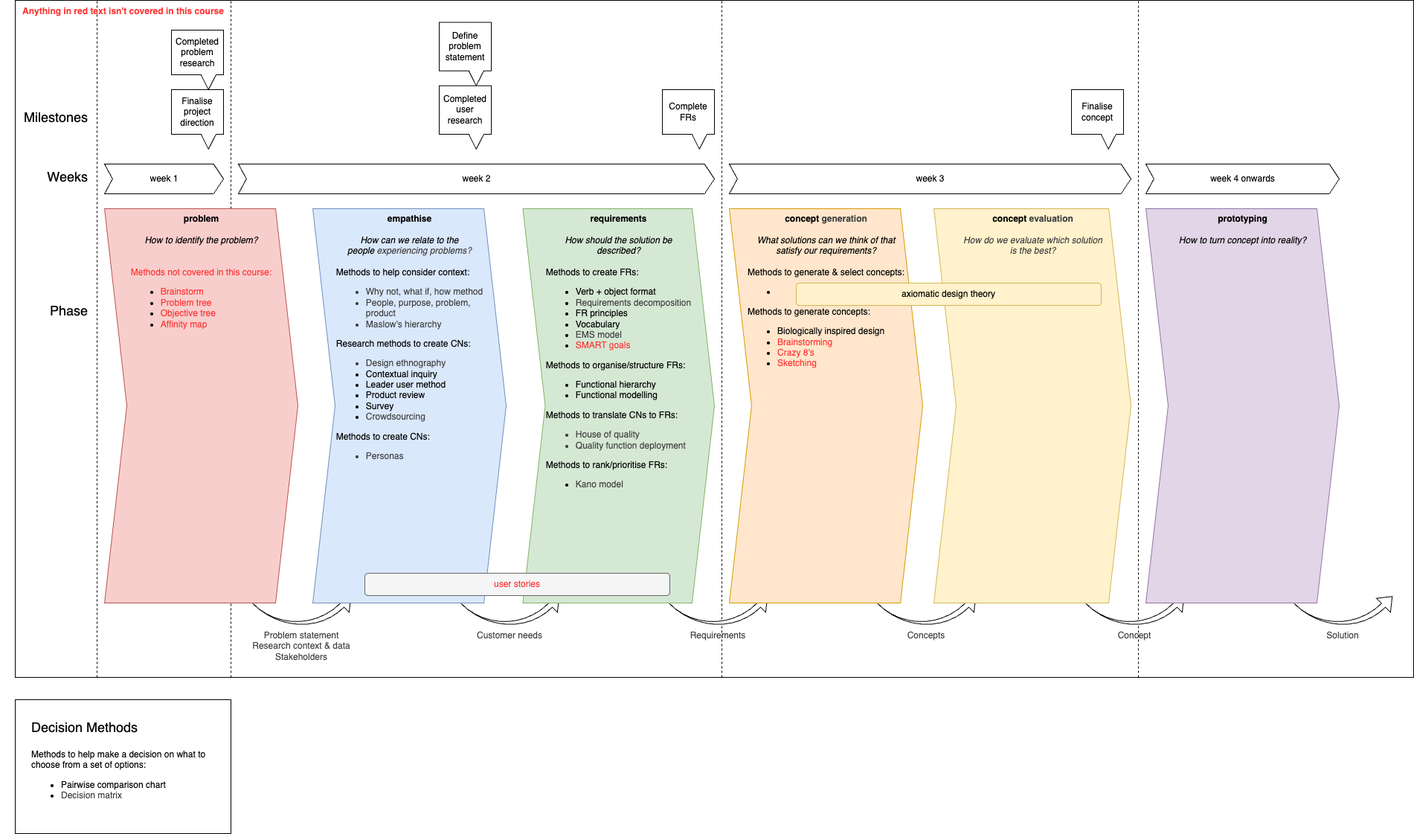
dennuguyen/desn2000-cheat-sheet keeps this draw.io diagram as cheat-sheet.drawio.png. Above is the earlier version. Source tidied: cells renumbered, new cells last; positions are measured from the earlier drawing's top-left corner, leaving out a move shared by most shapes.
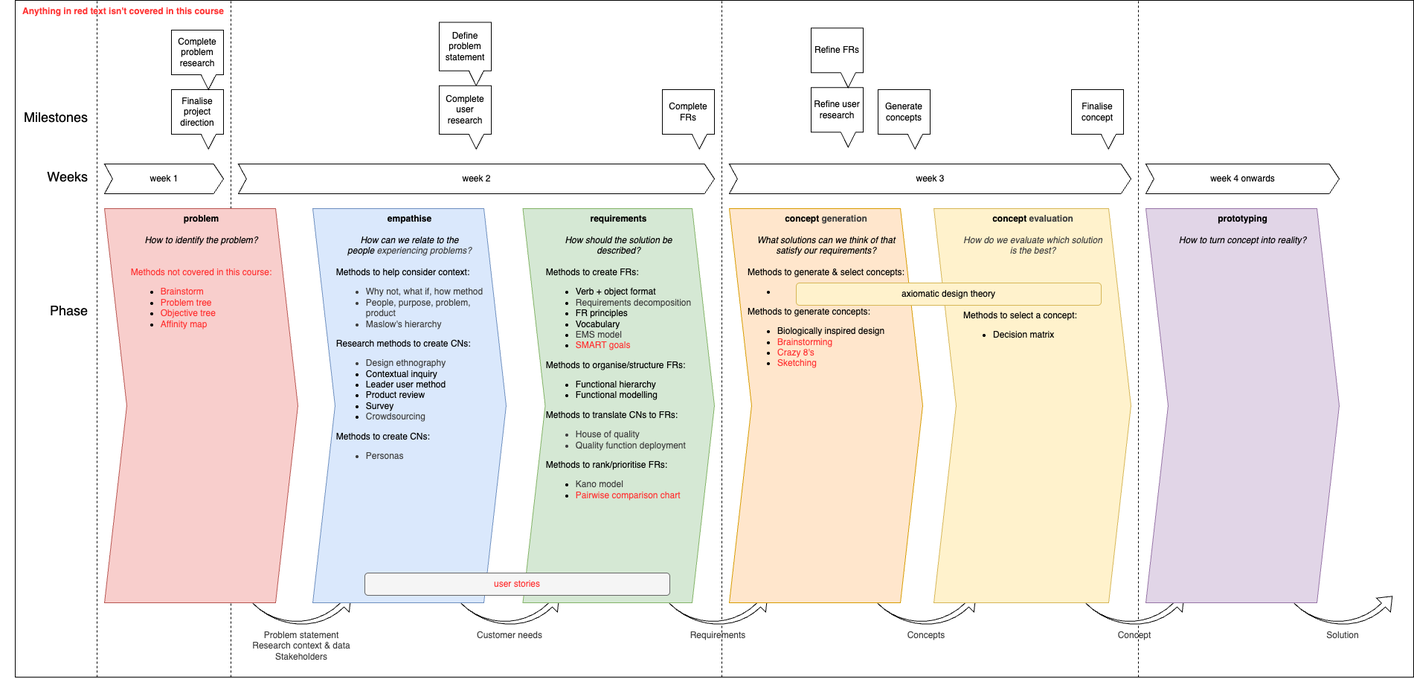
The same diagram one commit later.

Commit message:
Add decision methods to cheat sheet timeline

The edit, as a diff of the source:
```diff
@@ -116,25 +116,13 @@
     <mxCell id="35" value="&lt;span style=&quot;color: rgb(63, 63, 63); background-color: transparent;&quot;&gt;Solution&lt;/span&gt;" style="text;html=1;align=center;verticalAlign=top;whiteSpace=wrap;rounded=0;" parent="33" vertex="1">
       <mxGeometry y="100" width="170" height="70.7" as="geometry" />
     </mxCell>
-    <mxCell id="36" value="Completed problem research" style="shape=callout;whiteSpace=wrap;html=1;perimeter=calloutPerimeter;position2=0.71;size=20;position=0.57;rotation=0;base=20;" parent="1" vertex="1">
+    <mxCell id="36" value="Complete problem research" style="shape=callout;whiteSpace=wrap;html=1;perimeter=calloutPerimeter;position2=0.71;size=20;position=0.57;rotation=0;base=20;" parent="1" vertex="1">
       <mxGeometry x="230" y="40" width="70" height="80" as="geometry" />
     </mxCell>
-    <mxCell id="37" style="group;" parent="1" vertex="1">
-      <mxGeometry x="20" y="940" width="290" height="180" as="geometry" />
-    </mxCell>
-    <mxCell id="38" style="rounded=0;whiteSpace=wrap;html=1;fillColor=none;" parent="37" vertex="1">
-      <mxGeometry width="290" height="180" as="geometry" />
-    </mxCell>
-    <mxCell id="39" value="&lt;div&gt;Methods to help make a decision on what to choose from a set of options:&lt;/div&gt;&lt;ul&gt;&lt;li&gt;Pairwise comparison chart&lt;/li&gt;&lt;li&gt;&lt;span style=&quot;color: rgb(63, 63, 63); background-color: transparent;&quot;&gt;Decision matrix&lt;/span&gt;&lt;/li&gt;&lt;/ul&gt;" style="text;html=1;align=left;verticalAlign=top;whiteSpace=wrap;rounded=0;" parent="37" vertex="1">
-      <mxGeometry x="20" y="60" width="240" height="120" as="geometry" />
-    </mxCell>
-    <mxCell id="40" value="Decision Methods" style="text;html=1;align=left;verticalAlign=top;whiteSpace=wrap;rounded=0;fontStyle=0;fontSize=18;" parent="37" vertex="1">
-      <mxGeometry x="20" y="20" width="170" height="40" as="geometry" />
-    </mxCell>
     <mxCell id="41" value="Define problem statement" style="shape=callout;whiteSpace=wrap;html=1;perimeter=calloutPerimeter;position2=0.71;size=20;position=0.57;rotation=0;base=20;" parent="1" vertex="1">
       <mxGeometry x="590" y="29.5" width="70" height="85.3" as="geometry" />
     </mxCell>
-    <mxCell id="42" value="Completed user research" style="shape=callout;whiteSpace=wrap;html=1;perimeter=calloutPerimeter;position2=0.71;size=20;position=0.57;rotation=0;base=20;" parent="1" vertex="1">
+    <mxCell id="42" value="Complete&lt;div&gt;user research&lt;/div&gt;" style="shape=callout;whiteSpace=wrap;html=1;perimeter=calloutPerimeter;position2=0.71;size=20;position=0.57;rotation=0;base=20;" parent="1" vertex="1">
       <mxGeometry x="590" y="114.7" width="70" height="85.3" as="geometry" />
     </mxCell>
     <mxCell id="43" value="&lt;b&gt;problem&lt;/b&gt;&lt;div&gt;&lt;br&gt;&lt;/div&gt;&lt;div&gt;&lt;i&gt;How to identify the problem?&lt;/i&gt;&lt;/div&gt;&lt;div style=&quot;text-align: left;&quot;&gt;&lt;br&gt;&lt;/div&gt;&lt;div style=&quot;text-align: left;&quot;&gt;&lt;br&gt;&lt;/div&gt;&lt;div&gt;&lt;div style=&quot;text-align: left;&quot;&gt;&lt;font style=&quot;color: rgb(255, 51, 51);&quot;&gt;Methods not covered in this course:&lt;/font&gt;&lt;/div&gt;&lt;/div&gt;&lt;div style=&quot;&quot;&gt;&lt;ul&gt;&lt;li style=&quot;text-align: left;&quot;&gt;&lt;font style=&quot;color: rgb(255, 51, 51);&quot;&gt;Brainstorm&lt;/font&gt;&lt;/li&gt;&lt;li style=&quot;text-align: left;&quot;&gt;&lt;font style=&quot;color: rgb(255, 51, 51);&quot;&gt;Problem tree&lt;br&gt;&lt;/font&gt;&lt;/li&gt;&lt;li style=&quot;text-align: left;&quot;&gt;&lt;font style=&quot;color: rgb(255, 51, 51);&quot;&gt;Objective tree&lt;/font&gt;&lt;/li&gt;&lt;li style=&quot;text-align: left;&quot;&gt;&lt;font style=&quot;color: rgb(255, 51, 51);&quot;&gt;Affinity map&lt;/font&gt;&lt;/li&gt;&lt;/ul&gt;&lt;/div&gt;" style="html=1;shadow=0;dashed=0;align=center;verticalAlign=top;shape=mxgraph.arrows2.arrow;dy=0;dx=30;notch=30;rotation=0;fillColor=#f8cecc;strokeColor=#b85450;" parent="1" vertex="1">
@@ -143,13 +131,13 @@
     <mxCell id="44" value="&lt;b&gt;empathise&lt;/b&gt;&lt;div&gt;&lt;br&gt;&lt;/div&gt;&lt;div&gt;&lt;i&gt;How can we relate to the&lt;/i&gt;&lt;/div&gt;&lt;div&gt;&lt;i&gt;people&amp;nbsp;&lt;span style=&quot;color: rgb(63, 63, 63); background-color: transparent;&quot;&gt;experiencing problems?&lt;/span&gt;&lt;/i&gt;&lt;/div&gt;&lt;div&gt;&lt;br&gt;&lt;/div&gt;&lt;div style=&quot;text-align: left;&quot;&gt;Methods to help consider context:&lt;/div&gt;&lt;div style=&quot;text-align: left;&quot;&gt;&lt;ul style=&quot;color: rgb(63, 63, 63); scrollbar-color: rgb(226, 226, 226) rgb(251, 251, 251); text-align: center;&quot;&gt;&lt;li style=&quot;scrollbar-color: rgb(226, 226, 226) rgb(251, 251, 251); text-align: left; color: rgb(63, 63, 63);&quot;&gt;Why not, what if, how method&lt;/li&gt;&lt;li style=&quot;scrollbar-color: rgb(226, 226, 226) rgb(251, 251, 251); text-align: left; color: rgb(63, 63, 63);&quot;&gt;People, purpose, problem,&lt;br&gt;product&lt;/li&gt;&lt;li style=&quot;color: rgb(63, 63, 63); scrollbar-color: rgb(226, 226, 226) rgb(251, 251, 251); text-align: left;&quot;&gt;Maslow's hierarchy&lt;/li&gt;&lt;/ul&gt;&lt;/div&gt;&lt;div style=&quot;text-align: left;&quot;&gt;Research methods to create CNs:&lt;/div&gt;&lt;div&gt;&lt;ul&gt;&lt;li style=&quot;color: rgb(63, 63, 63); scrollbar-color: rgb(226, 226, 226) rgb(251, 251, 251); text-align: left;&quot;&gt;&lt;span style=&quot;color: rgb(63, 63, 63); background-color: transparent;&quot;&gt;Design ethnography&lt;/span&gt;&lt;/li&gt;&lt;li style=&quot;text-align: left;&quot;&gt;Contextual inquiry&lt;/li&gt;&lt;li style=&quot;text-align: left;&quot;&gt;Leader user method&lt;/li&gt;&lt;li style=&quot;text-align: left;&quot;&gt;Product review&lt;/li&gt;&lt;li style=&quot;text-align: left;&quot;&gt;Survey&lt;/li&gt;&lt;li style=&quot;text-align: left;&quot;&gt;&lt;span style=&quot;color: rgb(63, 63, 63); background-color: transparent;&quot;&gt;Crowdsourcing&lt;/span&gt;&lt;/li&gt;&lt;/ul&gt;&lt;div style=&quot;text-align: left;&quot;&gt;Methods to create CNs:&lt;/div&gt;&lt;div style=&quot;text-align: left;&quot;&gt;&lt;ul&gt;&lt;li style=&quot;color: rgb(63, 63, 63); scrollbar-color: rgb(226, 226, 226) rgb(251, 251, 251); text-align: left;&quot;&gt;&lt;span style=&quot;scrollbar-color: rgb(226, 226, 226) rgb(251, 251, 251); background-color: transparent; color: rgb(63, 63, 63);&quot;&gt;Personas&lt;/span&gt;&lt;/li&gt;&lt;/ul&gt;&lt;/div&gt;&lt;/div&gt;" style="html=1;shadow=0;dashed=0;align=center;verticalAlign=top;shape=mxgraph.arrows2.arrow;dy=0;dx=30;notch=30;rotation=0;fillColor=#dae8fc;strokeColor=#6c8ebf;" parent="1" vertex="1">
       <mxGeometry x="420" y="280" width="260" height="530" as="geometry" />
     </mxCell>
-    <mxCell id="45" value="&lt;b&gt;requirements&lt;/b&gt;&lt;div&gt;&lt;br&gt;&lt;/div&gt;&lt;div&gt;&lt;i&gt;How should the solution be&lt;/i&gt;&lt;/div&gt;&lt;div&gt;&lt;i&gt;described?&lt;/i&gt;&lt;/div&gt;&lt;div&gt;&lt;br&gt;&lt;/div&gt;&lt;div style=&quot;text-align: left;&quot;&gt;Methods to create FRs:&lt;/div&gt;&lt;div&gt;&lt;ul&gt;&lt;li style=&quot;text-align: left;&quot;&gt;Verb + object format&lt;/li&gt;&lt;li style=&quot;text-align: left;&quot;&gt;&lt;span style=&quot;color: rgb(63, 63, 63); background-color: transparent;&quot;&gt;Requirements decomposition&lt;/span&gt;&lt;/li&gt;&lt;li style=&quot;text-align: left;&quot;&gt;FR principles&lt;/li&gt;&lt;li style=&quot;text-align: left;&quot;&gt;Vocabulary&lt;/li&gt;&lt;li style=&quot;text-align: left;&quot;&gt;&lt;span style=&quot;background-color: transparent; color: rgb(63, 63, 63);&quot;&gt;EMS model&lt;/span&gt;&lt;/li&gt;&lt;li style=&quot;text-align: left;&quot;&gt;&lt;span style=&quot;background-color: transparent;&quot;&gt;&lt;font style=&quot;color: rgb(255, 51, 51);&quot;&gt;SMART goals&lt;/font&gt;&lt;/span&gt;&lt;/li&gt;&lt;/ul&gt;&lt;div style=&quot;text-align: left;&quot;&gt;Methods to organise/structure FRs:&lt;/div&gt;&lt;div style=&quot;text-align: left;&quot;&gt;&lt;ul&gt;&lt;li&gt;Functional hierarchy&lt;/li&gt;&lt;li&gt;Functional modelling&lt;/li&gt;&lt;/ul&gt;&lt;/div&gt;&lt;div style=&quot;text-align: left;&quot;&gt;Methods to translate CNs to FRs:&lt;/div&gt;&lt;div style=&quot;text-align: left;&quot;&gt;&lt;ul&gt;&lt;li style=&quot;color: rgb(63, 63, 63); scrollbar-color: rgb(226, 226, 226) rgb(251, 251, 251); text-align: left;&quot;&gt;&lt;span style=&quot;scrollbar-color: rgb(226, 226, 226) rgb(251, 251, 251); background-color: transparent; color: rgb(63, 63, 63);&quot;&gt;House of quality&lt;/span&gt;&lt;/li&gt;&lt;li style=&quot;color: rgb(63, 63, 63); scrollbar-color: rgb(226, 226, 226) rgb(251, 251, 251); text-align: left;&quot;&gt;&lt;span style=&quot;color: rgb(63, 63, 63); scrollbar-color: rgb(226, 226, 226) rgb(251, 251, 251); background-color: transparent;&quot;&gt;Quality function deployment&lt;/span&gt;&lt;/li&gt;&lt;/ul&gt;&lt;/div&gt;&lt;div style=&quot;text-align: left;&quot;&gt;Methods to rank/prioritise FRs:&lt;/div&gt;&lt;/div&gt;&lt;div style=&quot;text-align: left;&quot;&gt;&lt;ul&gt;&lt;li&gt;&lt;span style=&quot;color: rgb(63, 63, 63); background-color: transparent;&quot;&gt;Kano model&lt;/span&gt;&lt;/li&gt;&lt;/ul&gt;&lt;/div&gt;" style="html=1;shadow=0;dashed=0;align=center;verticalAlign=top;shape=mxgraph.arrows2.arrow;dy=0;dx=30;notch=30;rotation=0;fillColor=#d5e8d4;strokeColor=#82b366;" parent="1" vertex="1">
+    <mxCell id="45" value="&lt;b&gt;requirements&lt;/b&gt;&lt;div&gt;&lt;br&gt;&lt;/div&gt;&lt;div&gt;&lt;i&gt;How should the solution be&lt;/i&gt;&lt;/div&gt;&lt;div&gt;&lt;i&gt;described?&lt;/i&gt;&lt;/div&gt;&lt;div&gt;&lt;br&gt;&lt;/div&gt;&lt;div style=&quot;text-align: left;&quot;&gt;Methods to create FRs:&lt;/div&gt;&lt;div&gt;&lt;ul&gt;&lt;li style=&quot;text-align: left;&quot;&gt;Verb + object format&lt;/li&gt;&lt;li style=&quot;text-align: left;&quot;&gt;&lt;span style=&quot;color: rgb(63, 63, 63); background-color: transparent;&quot;&gt;Requirements decomposition&lt;/span&gt;&lt;/li&gt;&lt;li style=&quot;text-align: left;&quot;&gt;FR principles&lt;/li&gt;&lt;li style=&quot;text-align: left;&quot;&gt;Vocabulary&lt;/li&gt;&lt;li style=&quot;text-align: left;&quot;&gt;&lt;span style=&quot;background-color: transparent; color: rgb(63, 63, 63);&quot;&gt;EMS model&lt;/span&gt;&lt;/li&gt;&lt;li style=&quot;text-align: left;&quot;&gt;&lt;span style=&quot;background-color: transparent;&quot;&gt;&lt;font style=&quot;color: rgb(255, 51, 51);&quot;&gt;SMART goals&lt;/font&gt;&lt;/span&gt;&lt;/li&gt;&lt;/ul&gt;&lt;div style=&quot;text-align: left;&quot;&gt;Methods to organise/structure FRs:&lt;/div&gt;&lt;div style=&quot;text-align: left;&quot;&gt;&lt;ul&gt;&lt;li&gt;Functional hierarchy&lt;/li&gt;&lt;li&gt;Functional modelling&lt;/li&gt;&lt;/ul&gt;&lt;/div&gt;&lt;div style=&quot;text-align: left;&quot;&gt;Methods to translate CNs to FRs:&lt;/div&gt;&lt;div style=&quot;text-align: left;&quot;&gt;&lt;ul&gt;&lt;li style=&quot;color: rgb(63, 63, 63); scrollbar-color: rgb(226, 226, 226) rgb(251, 251, 251); text-align: left;&quot;&gt;&lt;span style=&quot;scrollbar-color: rgb(226, 226, 226) rgb(251, 251, 251); background-color: transparent; color: rgb(63, 63, 63);&quot;&gt;House of quality&lt;/span&gt;&lt;/li&gt;&lt;li style=&quot;color: rgb(63, 63, 63); scrollbar-color: rgb(226, 226, 226) rgb(251, 251, 251); text-align: left;&quot;&gt;&lt;span style=&quot;color: rgb(63, 63, 63); scrollbar-color: rgb(226, 226, 226) rgb(251, 251, 251); background-color: transparent;&quot;&gt;Quality function deployment&lt;/span&gt;&lt;/li&gt;&lt;/ul&gt;&lt;/div&gt;&lt;div style=&quot;text-align: left;&quot;&gt;Methods to rank/prioritise FRs:&lt;/div&gt;&lt;/div&gt;&lt;div style=&quot;text-align: left;&quot;&gt;&lt;ul&gt;&lt;li&gt;&lt;span style=&quot;color: rgb(63, 63, 63); background-color: transparent;&quot;&gt;Kano model&lt;/span&gt;&lt;/li&gt;&lt;li&gt;&lt;span&gt;&lt;font style=&quot;color: rgb(255, 51, 51);&quot;&gt;Pairwise comparison chart&lt;/font&gt;&lt;/span&gt;&lt;/li&gt;&lt;/ul&gt;&lt;/div&gt;" style="html=1;shadow=0;dashed=0;align=center;verticalAlign=top;shape=mxgraph.arrows2.arrow;dy=0;dx=30;notch=30;rotation=0;fillColor=#d5e8d4;strokeColor=#82b366;" parent="1" vertex="1">
       <mxGeometry x="702.5" y="280" width="257.5" height="530" as="geometry" />
     </mxCell>
     <mxCell id="46" value="&lt;b&gt;concept&amp;nbsp;&lt;span style=&quot;color: rgb(63, 63, 63); background-color: transparent;&quot;&gt;generation&lt;/span&gt;&lt;/b&gt;&lt;div&gt;&lt;br&gt;&lt;/div&gt;&lt;div&gt;&lt;i&gt;What solutions can we think of that&lt;/i&gt;&lt;/div&gt;&lt;div&gt;&lt;i&gt;satisfy our requirements?&lt;/i&gt;&lt;/div&gt;&lt;div style=&quot;text-align: left;&quot;&gt;&lt;br&gt;&lt;/div&gt;&lt;div style=&quot;text-align: left;&quot;&gt;Methods to generate &amp;amp; select concepts:&lt;/div&gt;&lt;div style=&quot;text-align: left;&quot;&gt;&lt;ul&gt;&lt;li&gt;&amp;nbsp;&lt;/li&gt;&lt;/ul&gt;&lt;div&gt;Methods to generate concepts:&lt;/div&gt;&lt;div&gt;&lt;ul&gt;&lt;li&gt;Biologically inspired design&lt;/li&gt;&lt;li&gt;&lt;font style=&quot;color: rgb(255, 51, 51);&quot;&gt;Brainstorming&lt;/font&gt;&lt;/li&gt;&lt;li&gt;&lt;font style=&quot;color: rgb(255, 51, 51);&quot;&gt;Crazy 8's&lt;/font&gt;&lt;/li&gt;&lt;li&gt;&lt;font style=&quot;color: rgb(255, 51, 51);&quot;&gt;Sketching&lt;/font&gt;&lt;/li&gt;&lt;/ul&gt;&lt;/div&gt;&lt;/div&gt;" style="html=1;shadow=0;dashed=0;align=center;verticalAlign=top;shape=mxgraph.arrows2.arrow;dy=0;dx=30;notch=30;rotation=0;fillColor=#ffe6cc;strokeColor=#d79b00;" parent="1" vertex="1">
       <mxGeometry x="980" y="280" width="260" height="530" as="geometry" />
     </mxCell>
-    <mxCell id="47" value="&lt;b&gt;concept&amp;nbsp;&lt;span style=&quot;color: rgb(63, 63, 63); background-color: transparent;&quot;&gt;evaluation&lt;/span&gt;&lt;/b&gt;&lt;div&gt;&lt;span style=&quot;color: rgb(63, 63, 63); background-color: transparent;&quot;&gt;&lt;br&gt;&lt;/span&gt;&lt;/div&gt;&lt;div&gt;&lt;span style=&quot;color: rgb(63, 63, 63); background-color: transparent;&quot;&gt;&lt;i&gt;How do we evaluate which solution&lt;/i&gt;&lt;/span&gt;&lt;/div&gt;&lt;div&gt;&lt;span style=&quot;color: rgb(63, 63, 63); background-color: transparent;&quot;&gt;&lt;i&gt;is the best?&lt;/i&gt;&lt;/span&gt;&lt;/div&gt;" style="html=1;shadow=0;dashed=0;align=center;verticalAlign=top;shape=mxgraph.arrows2.arrow;dy=0;dx=30;notch=30;rotation=0;fillColor=#fff2cc;strokeColor=#d6b656;" parent="1" vertex="1">
+    <mxCell id="47" value="&lt;b&gt;concept&amp;nbsp;&lt;span style=&quot;color: rgb(63, 63, 63); background-color: transparent;&quot;&gt;evaluation&lt;/span&gt;&lt;/b&gt;&lt;div&gt;&lt;span style=&quot;color: rgb(63, 63, 63); background-color: transparent;&quot;&gt;&lt;br&gt;&lt;/span&gt;&lt;/div&gt;&lt;div&gt;&lt;span style=&quot;color: rgb(63, 63, 63); background-color: transparent;&quot;&gt;&lt;i&gt;How do we evaluate which solution&lt;/i&gt;&lt;/span&gt;&lt;/div&gt;&lt;div&gt;&lt;span style=&quot;color: rgb(63, 63, 63); background-color: transparent;&quot;&gt;&lt;i&gt;is the best?&lt;/i&gt;&lt;/span&gt;&lt;/div&gt;&lt;div style=&quot;text-align: left;&quot;&gt;&lt;span style=&quot;color: rgb(63, 63, 63); background-color: transparent;&quot;&gt;&lt;i&gt;&lt;br&gt;&lt;/i&gt;&lt;/span&gt;&lt;/div&gt;&lt;div style=&quot;text-align: left;&quot;&gt;&lt;span style=&quot;color: rgb(63, 63, 63); background-color: transparent;&quot;&gt;&lt;i&gt;&lt;br&gt;&lt;/i&gt;&lt;/span&gt;&lt;/div&gt;&lt;div style=&quot;text-align: left;&quot;&gt;&lt;span style=&quot;color: rgb(63, 63, 63); background-color: transparent;&quot;&gt;&lt;i&gt;&lt;br&gt;&lt;/i&gt;&lt;/span&gt;&lt;/div&gt;&lt;div style=&quot;text-align: left;&quot;&gt;&lt;span style=&quot;color: rgb(63, 63, 63); background-color: transparent;&quot;&gt;&lt;i&gt;&lt;br&gt;&lt;/i&gt;&lt;/span&gt;&lt;/div&gt;&lt;div style=&quot;text-align: left;&quot;&gt;&lt;span style=&quot;color: rgb(63, 63, 63); background-color: transparent;&quot;&gt;&lt;i&gt;&lt;br&gt;&lt;/i&gt;&lt;/span&gt;&lt;/div&gt;&lt;div style=&quot;text-align: left;&quot;&gt;Methods to select a concept:&lt;/div&gt;&lt;div style=&quot;text-align: left;&quot;&gt;&lt;ul&gt;&lt;li&gt;Decision matrix&lt;/li&gt;&lt;/ul&gt;&lt;/div&gt;" style="html=1;shadow=0;dashed=0;align=center;verticalAlign=top;shape=mxgraph.arrows2.arrow;dy=0;dx=30;notch=30;rotation=0;fillColor=#fff2cc;strokeColor=#d6b656;" parent="1" vertex="1">
       <mxGeometry x="1255" y="280" width="265" height="530" as="geometry" />
     </mxCell>
     <mxCell id="48" value="&lt;b&gt;prototyping&lt;/b&gt;&lt;div&gt;&lt;br&gt;&lt;/div&gt;&lt;div&gt;&lt;i&gt;How to turn concept into reality?&lt;/i&gt;&lt;/div&gt;" style="html=1;shadow=0;dashed=0;align=center;verticalAlign=top;shape=mxgraph.arrows2.arrow;dy=0;dx=30;notch=30;rotation=0;fillColor=#e1d5e7;strokeColor=#9673a6;" parent="1" vertex="1">
@@ -164,5 +152,14 @@
     <mxCell id="51" value="Anything in red text isn't covered in this course" style="text;html=1;align=center;verticalAlign=middle;strokeColor=none;fillColor=none;fontStyle=1;fontColor=#FF3333;" parent="1" vertex="1">
       <mxGeometry x="30" width="270" height="30" as="geometry" />
     </mxCell>
+    <mxCell id="52" value="Generate concepts" style="shape=callout;whiteSpace=wrap;html=1;perimeter=calloutPerimeter;position2=0.71;size=20;position=0.57;rotation=0;base=20;" parent="1" vertex="1">
+      <mxGeometry x="1180" y="120" width="70" height="80" as="geometry" />
+    </mxCell>
+    <mxCell id="53" value="Refine user research" style="shape=callout;whiteSpace=wrap;html=1;perimeter=calloutPerimeter;position2=0.71;size=20;position=0.57;rotation=0;base=20;" parent="1" vertex="1">
+      <mxGeometry x="1090" y="117.4" width="70" height="80" as="geometry" />
+    </mxCell>
+    <mxCell id="54" value="Refine FRs" style="shape=callout;whiteSpace=wrap;html=1;perimeter=calloutPerimeter;position2=0.71;size=20;position=0.57;rotation=0;base=20;" parent="1" vertex="1">
+      <mxGeometry x="1090" y="37.4" width="70" height="80" as="geometry" />
+    </mxCell>
   </root>
 </mxGraphModel>
```
